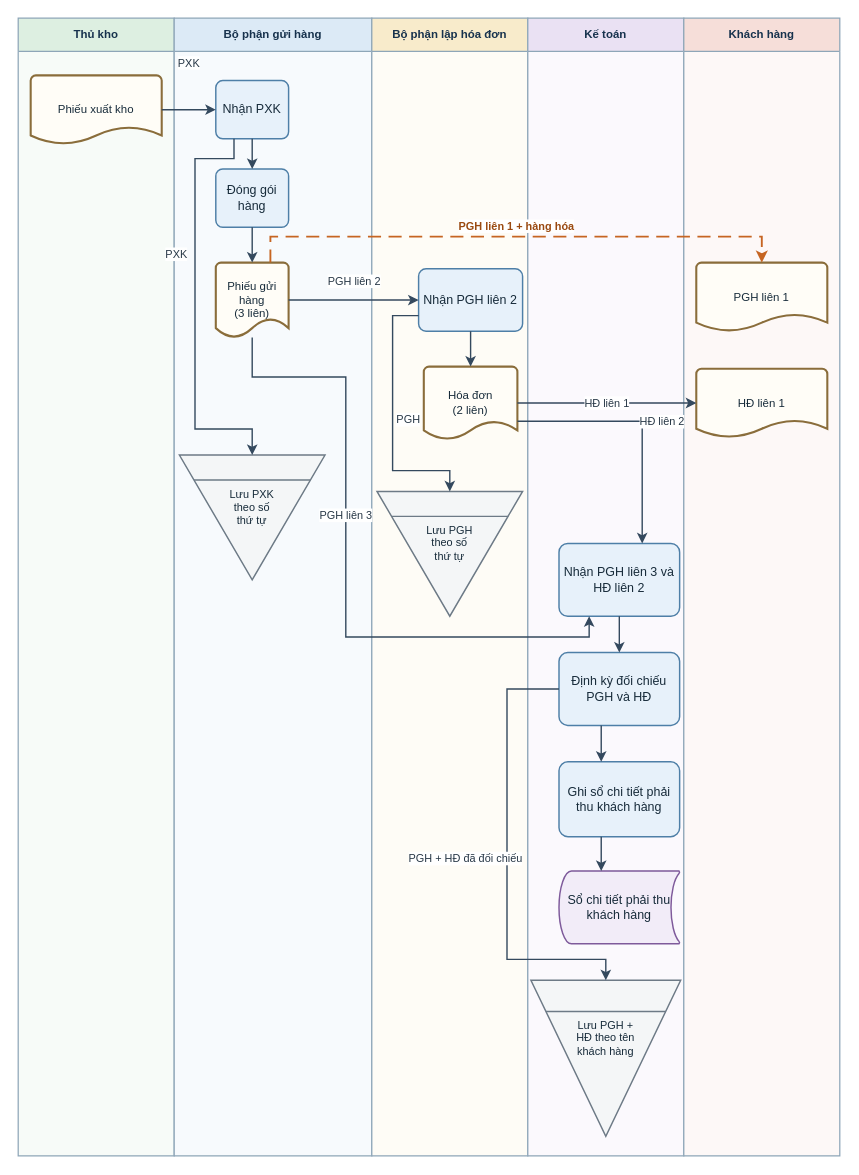
Earlier version of the draw.io diagram assets/drawio/05_fresh_fruit_flow.drawio (saigonbaddielover/thtrang). Source tidied: cells renumbered, new cells numbered last; positions are measured from the earlier drawing's top-left corner, leaving out a move shared by most shapes. Both pictures are drawn from the tidied source at 104%, with x=0, y=0 at pixel (18, 18).
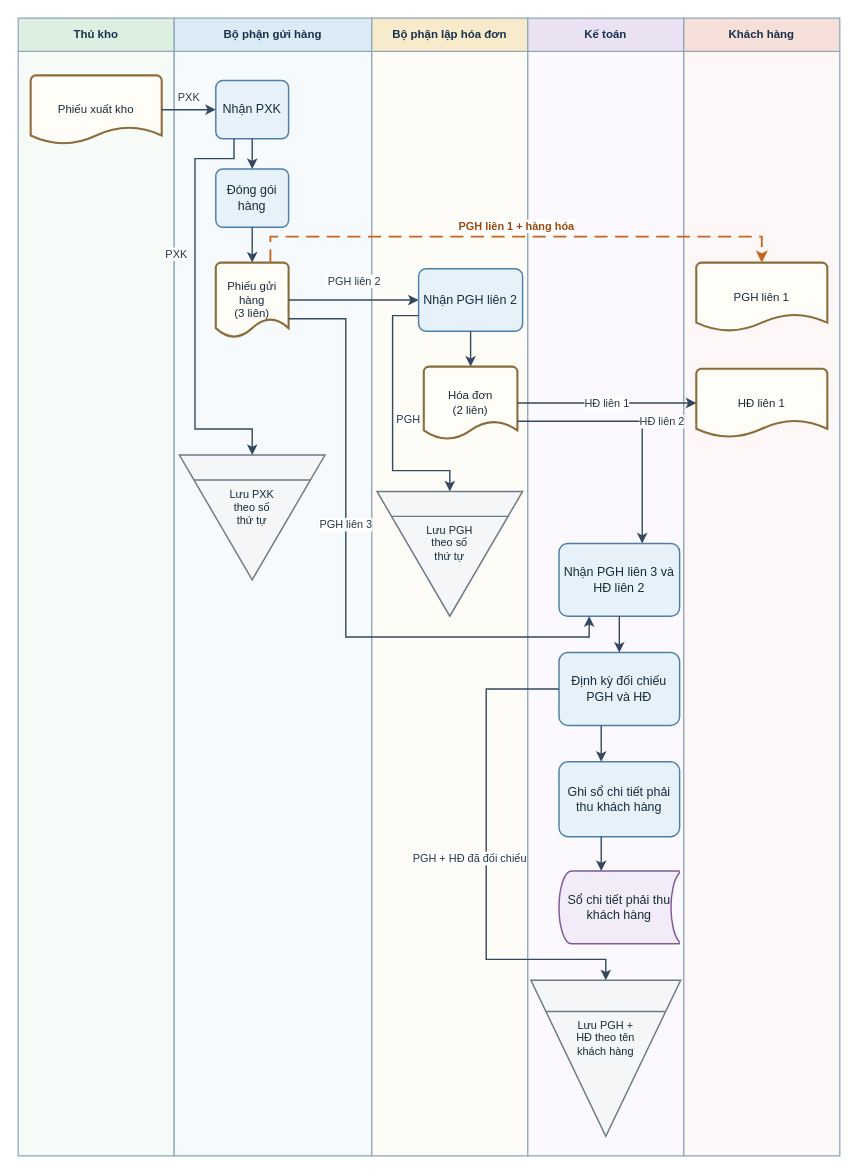
After the change.

Unchanged cells that the change refers to:
```xml
<mxCell id="7" value="Phiếu xuất kho" style="strokeWidth=2;shape=mxgraph.flowchart.document2;size=0.25;html=1;whiteSpace=wrap;fontFamily=Arial;align=center;verticalAlign=middle;fontColor=#172B3A;fontSize=11;spacing=4;fillColor=#FFFDF7;strokeColor=#8A6D3B;" parent="2" vertex="1">
  <mxGeometry x="12" y="55" width="126" height="66" as="geometry" />
</mxCell>
<mxCell id="8" value="Nhận PXK" style="rounded=1;arcSize=12;html=1;whiteSpace=wrap;fontFamily=Arial;align=center;verticalAlign=middle;fontColor=#172B3A; fontSize=11;spacing=5;fillColor=#E7F1FA;strokeColor=#4E7FA7;strokeWidth=1.4;" parent="3" vertex="1">
  <mxGeometry x="40" y="60" width="70" height="56" as="geometry" />
</mxCell>
<mxCell id="10" value="Phiếu gửi hàng&lt;br&gt;(3 liên)" style="strokeWidth=2;shape=mxgraph.flowchart.document2;size=0.25;html=1;whiteSpace=wrap;fontFamily=Arial;align=center;verticalAlign=middle;fontColor=#172B3A;fontSize=11;spacing=4;fillColor=#FFFDF7;strokeColor=#8A6D3B;" parent="3" vertex="1">
  <mxGeometry x="40" y="235" width="70" height="72" as="geometry" />
</mxCell>
<mxCell id="15" value="Nhận PGH liên 3 và HĐ liên 2" style="rounded=1;arcSize=12;html=1;whiteSpace=wrap;fontFamily=Arial;align=center;verticalAlign=middle;fontColor=#172B3A; fontSize=11;spacing=5;fillColor=#E7F1FA;strokeColor=#4E7FA7;strokeWidth=1.4;" parent="5" vertex="1">
  <mxGeometry x="30" y="505" width="116" height="70" as="geometry" />
</mxCell>
<mxCell id="16" value="Định kỳ đối chiếu PGH và HĐ" style="rounded=1;arcSize=12;html=1;whiteSpace=wrap;fontFamily=Arial;align=center;verticalAlign=middle;fontColor=#172B3A; fontSize=11;spacing=5;fillColor=#E7F1FA;strokeColor=#4E7FA7;strokeWidth=1.4;" parent="5" vertex="1">
  <mxGeometry x="30" y="610" width="116" height="70" as="geometry" />
</mxCell>
<mxCell id="19" value="Lưu PGH +&lt;br&gt;HĐ theo tên&lt;br&gt;khách hàng" style="shape=mxgraph.dfd.archive;html=1;whiteSpace=wrap;fontFamily=Arial;align=center;verticalLabelPosition=middle;verticalAlign=middle;fontColor=#172B3A;fontSize=10.5;spacing=4;spacingBottom=40;fillColor=#F4F6F7;strokeColor=#6D7A86;strokeWidth=1.4;" parent="5" vertex="1">
  <mxGeometry x="3" y="925" width="144" height="150" as="geometry" />
</mxCell>
```

Diff of the diagram source:
```diff
@@
     <mxCell id="22" value="PXK" style="edgeStyle=orthogonalEdgeStyle;rounded=0;jettySize=auto;html=1;fontFamily=Arial;fontSize=10.5;fontColor=#273746;labelBackgroundColor=#FFFFFF;strokeColor=#34495E;strokeWidth=1.35;endArrow=classic;endFill=1;exitX=1;exitY=0.5;entryX=0;entryY=0.5;" parent="1" edge="1" source="7" target="8">
       <mxGeometry relative="1" as="geometry">
-        <mxPoint y="-45" as="offset" />
+        <mxPoint y="-12" as="offset" />
       </mxGeometry>
     </mxCell>
@@
-    <mxCell id="27" value="PGH liên 3" style="edgeStyle=orthogonalEdgeStyle;rounded=0;jettySize=auto;html=1;fontFamily=Arial;fontSize=10.5;fontColor=#273746;labelBackgroundColor=#FFFFFF;strokeColor=#34495E;strokeWidth=1.35;endArrow=classic;endFill=1;exitX=0.5;exitY=1;entryX=0.25;entryY=1;" parent="1" edge="1" source="10" target="15">
+    <mxCell id="27" value="PGH liên 3" style="edgeStyle=orthogonalEdgeStyle;rounded=0;jettySize=auto;html=1;fontFamily=Arial;fontSize=10.5;fontColor=#273746;labelBackgroundColor=#FFFFFF;strokeColor=#34495E;strokeWidth=1.35;endArrow=classic;endFill=1;exitX=1;exitY=0.75;entryX=0.25;entryY=1;" parent="1" edge="1" source="10" target="15">
       <mxGeometry relative="1" as="geometry">
         <Array as="points">
-          <mxPoint x="225" y="345" />
-          <mxPoint x="315" y="345" />
+          <mxPoint x="315" y="289" />
           <mxPoint x="315" y="595" />
           <mxPoint x="549" y="595" />
         </Array>
         <mxPoint y="-55" as="offset" />
       </mxGeometry>
     </mxCell>
@@
     <mxCell id="36" value="PGH + HĐ đã đối chiếu" style="edgeStyle=orthogonalEdgeStyle;rounded=0;jettySize=auto;html=1;fontFamily=Arial;fontSize=10.5;fontColor=#273746;labelBackgroundColor=#FFFFFF;strokeColor=#34495E;strokeWidth=1.35;endArrow=classic;endFill=1;exitX=0;exitY=0.5;entryX=0.5;entryY=0;" parent="1" edge="1" source="16" target="19">
       <mxGeometry relative="1" as="geometry">
         <Array as="points">
-          <mxPoint x="470" y="645" />
-          <mxPoint x="470" y="905" />
+          <mxPoint x="450" y="645" />
+          <mxPoint x="450" y="905" />
           <mxPoint x="565" y="905" />
         </Array>
-        <mxPoint x="-40" as="offset" />
+        <mxPoint x="-16" as="offset" />
       </mxGeometry>
     </mxCell>
```
